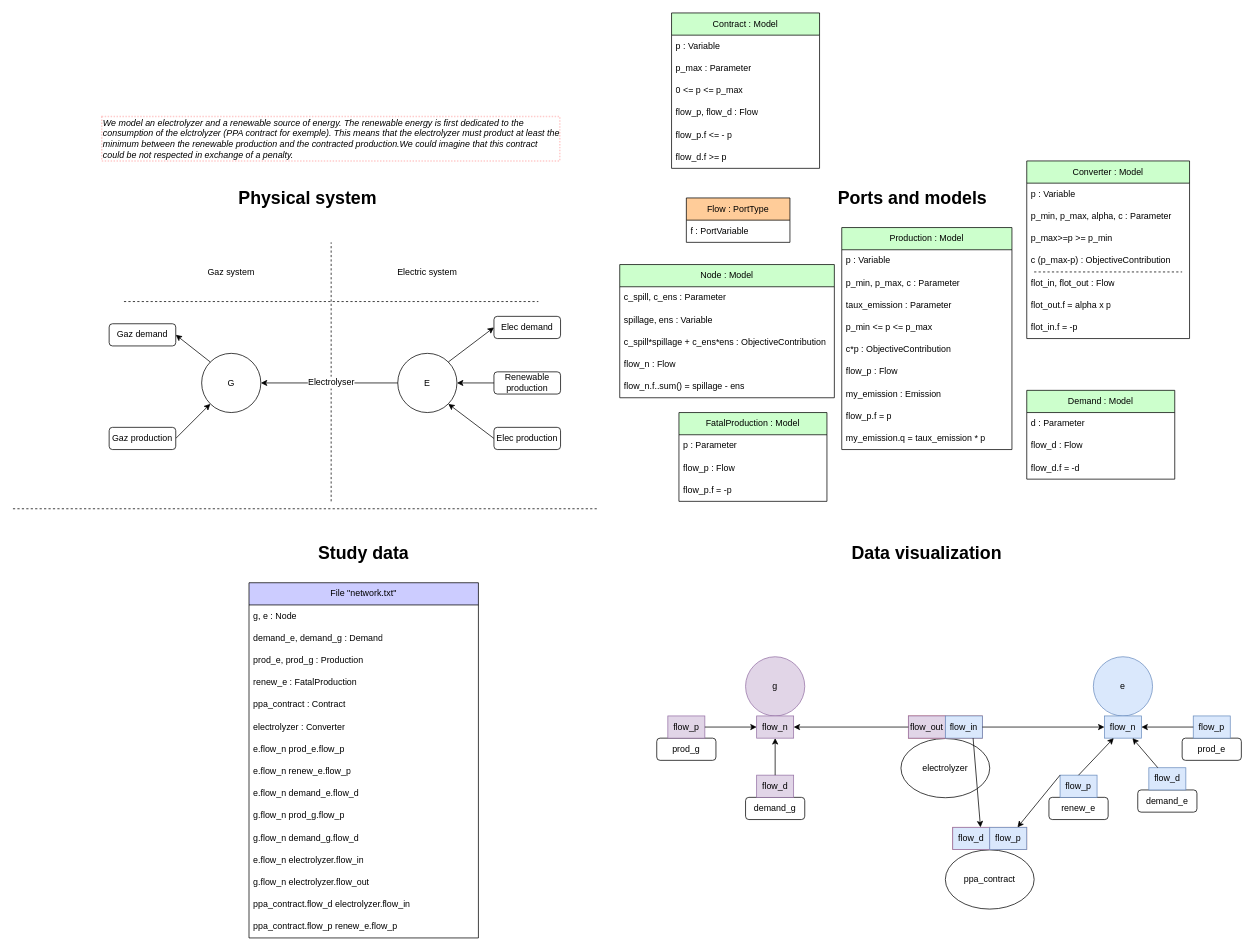
AntaresSimulatorTeam/andromede-modeling-prototype keeps this draw.io diagram as page "systems_liked_contract" (1 of 3) of models-design/systems/electrolyzer_subject_to_renawable.drawio. Above is the earlier version. Source tidied: cells renumbered, new cells numbered last; positions are measured from the earlier drawing's top-left corner, leaving out a move shared by most shapes. Both pictures are drawn from the tidied source at 74%, with x=0, y=0 at pixel (13, 13).
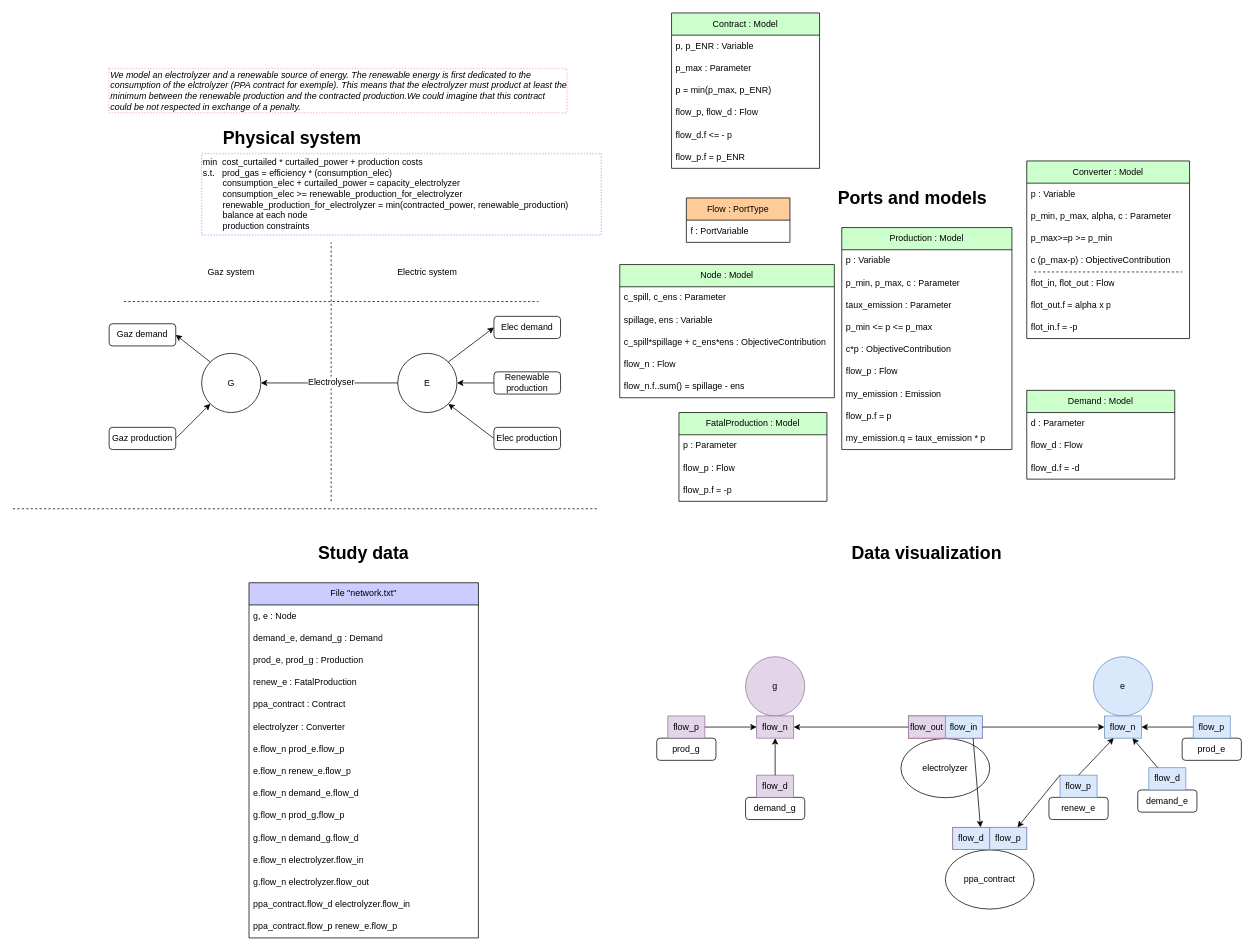
After the change.

Unchanged cells that the change refers to:
```xml
<mxCell id="113" value="Contract : Model" style="swimlane;fontStyle=0;horizontal=1;startSize=30;whiteSpace=wrap;html=1;fillColor=#CCFFCC;fontColor=#000000;" parent="1" vertex="1">
  <mxGeometry x="890" width="200" height="210" as="geometry" />
</mxCell>
```

Diff of the diagram source:
```diff
@@
     <mxCell id="20" value="&lt;h1&gt;Physical system&lt;br&gt;&lt;/h1&gt;" style="text;html=1;strokeColor=none;fillColor=none;spacing=5;spacingTop=-20;whiteSpace=wrap;overflow=hidden;rounded=0;" parent="1" vertex="1">
-      <mxGeometry x="300" y="230" width="250" height="40" as="geometry" />
+      <mxGeometry x="279" y="150" width="250" height="40" as="geometry" />
     </mxCell>
@@
     <mxCell id="110" value="&lt;i&gt;We model an electrolyzer and a renewable source of energy. The renewable energy is first dedicated to the consumption of the elctrolyzer (PPA contract for exemple). This means that the electrolyzer must product at least the minimum between the renewable production and the contracted production.We could imagine that this contract could be not respected in exchange of a penalty.&amp;nbsp;&lt;/i&gt;" style="text;html=1;strokeColor=#FFCCCC;fillColor=none;align=left;verticalAlign=middle;whiteSpace=wrap;rounded=0;dashed=1;dashPattern=1 1;strokeWidth=2;" parent="1" vertex="1">
-      <mxGeometry x="120" y="140" width="619" height="60" as="geometry" />
+      <mxGeometry x="129.5" y="75" width="619" height="60" as="geometry" />
     </mxCell>
@@
-    <mxCell id="114" value="p : Variable" style="text;strokeColor=none;fillColor=none;align=left;verticalAlign=middle;spacingLeft=4;spacingRight=4;overflow=hidden;whiteSpace=wrap;html=1;" parent="113" vertex="1">
+    <mxCell id="114" value="p, p_ENR : Variable" style="text;strokeColor=none;fillColor=none;align=left;verticalAlign=middle;spacingLeft=4;spacingRight=4;overflow=hidden;whiteSpace=wrap;html=1;" parent="113" vertex="1">
       <mxGeometry y="30" width="200" height="30" as="geometry" />
     </mxCell>
@@
-    <mxCell id="116" value="0 &amp;lt;= p &amp;lt;= p_max" style="text;strokeColor=none;fillColor=none;align=left;verticalAlign=middle;spacingLeft=4;spacingRight=4;overflow=hidden;whiteSpace=wrap;html=1;" parent="113" vertex="1">
+    <mxCell id="116" value="p = min(p_max, p_ENR)" style="text;strokeColor=none;fillColor=none;align=left;verticalAlign=middle;spacingLeft=4;spacingRight=4;overflow=hidden;whiteSpace=wrap;html=1;" parent="113" vertex="1">
       <mxGeometry y="90" width="200" height="30" as="geometry" />
     </mxCell>
@@
-    <mxCell id="118" value="flow_p.f &amp;lt;= - p" style="text;strokeColor=none;fillColor=none;align=left;verticalAlign=middle;spacingLeft=4;spacingRight=4;overflow=hidden;whiteSpace=wrap;html=1;" parent="113" vertex="1">
+    <mxCell id="118" value="flow_d.f &amp;lt;= - p" style="text;strokeColor=none;fillColor=none;align=left;verticalAlign=middle;spacingLeft=4;spacingRight=4;overflow=hidden;whiteSpace=wrap;html=1;" parent="113" vertex="1">
       <mxGeometry y="150" width="200" height="30" as="geometry" />
     </mxCell>
-    <mxCell id="119" value="flow_d.f &amp;gt;= p" style="text;strokeColor=none;fillColor=none;align=left;verticalAlign=middle;spacingLeft=4;spacingRight=4;overflow=hidden;whiteSpace=wrap;html=1;" parent="113" vertex="1">
+    <mxCell id="119" value="flow_p.f = p_ENR" style="text;strokeColor=none;fillColor=none;align=left;verticalAlign=middle;spacingLeft=4;spacingRight=4;overflow=hidden;whiteSpace=wrap;html=1;" parent="113" vertex="1">
       <mxGeometry y="180" width="200" height="30" as="geometry" />
     </mxCell>
@@
+    <mxCell id="127" value="min&amp;nbsp; cost_curtailed * curtailed_power + production costs&lt;br&gt;s.t.&amp;nbsp; &amp;nbsp;prod_gas = efficiency * (consumption_elec)&amp;nbsp;&lt;br&gt;&lt;span style=&quot;white-space: pre;&quot;&gt;&#9;&lt;/span&gt;consumption_elec + curtailed_power = capacity_electrolyzer&lt;br&gt;&lt;span style=&quot;white-space: pre;&quot;&gt;&#9;&lt;/span&gt;consumption_elec &amp;gt;= renewable_production_for_electrolyzer&lt;br&gt;&lt;span style=&quot;white-space: pre;&quot;&gt;&#9;&lt;/span&gt;renewable_production_for_electrolyzer = min(contracted_power, renewable_production)&lt;br&gt;&lt;span style=&quot;white-space: pre;&quot;&gt;&#9;&lt;/span&gt;balance at each node&lt;br&gt;&lt;span style=&quot;white-space: pre;&quot;&gt;&#9;&lt;/span&gt;production constraints" style="text;html=1;strokeColor=#CCCCFF;fillColor=none;align=left;verticalAlign=middle;whiteSpace=wrap;rounded=0;dashed=1;dashPattern=1 1;strokeWidth=2;" parent="1" vertex="1">
+      <mxGeometry x="255" y="190" width="540" height="110" as="geometry" />
+    </mxCell>
```
